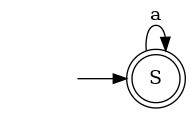
Earlier version of the Graphviz export static/NFA Visualization.gv.png (haziqfaiz-mmu/computation-flask). Its source is kept beside it as NFA Visualization.gv. Source of this version:
```dot
digraph "NFA Visualization" {
	graph [rankdir=LR]
	"" [label="" shape=plaintext]
	S [label=S shape=doublecircle]
	"" -> S [label=""]
	S -> S [label=a]
}
```
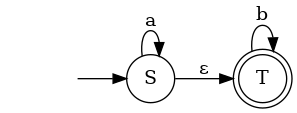
Above is the later version.

What changed in the source:
```diff
@@ -1,7 +1,11 @@
 digraph "NFA Visualization" {
 	graph [rankdir=LR]
 	"" [label="" shape=plaintext]
-	S [label=S shape=doublecircle]
+	T [label=T shape=doublecircle]
+	S [label=S shape=circle]
 	"" -> S [label=""]
 	S -> S [label=a]
+	S -> T [label=a]
+	S -> T [label="ε"]
+	T -> T [label=b]
 }
```
